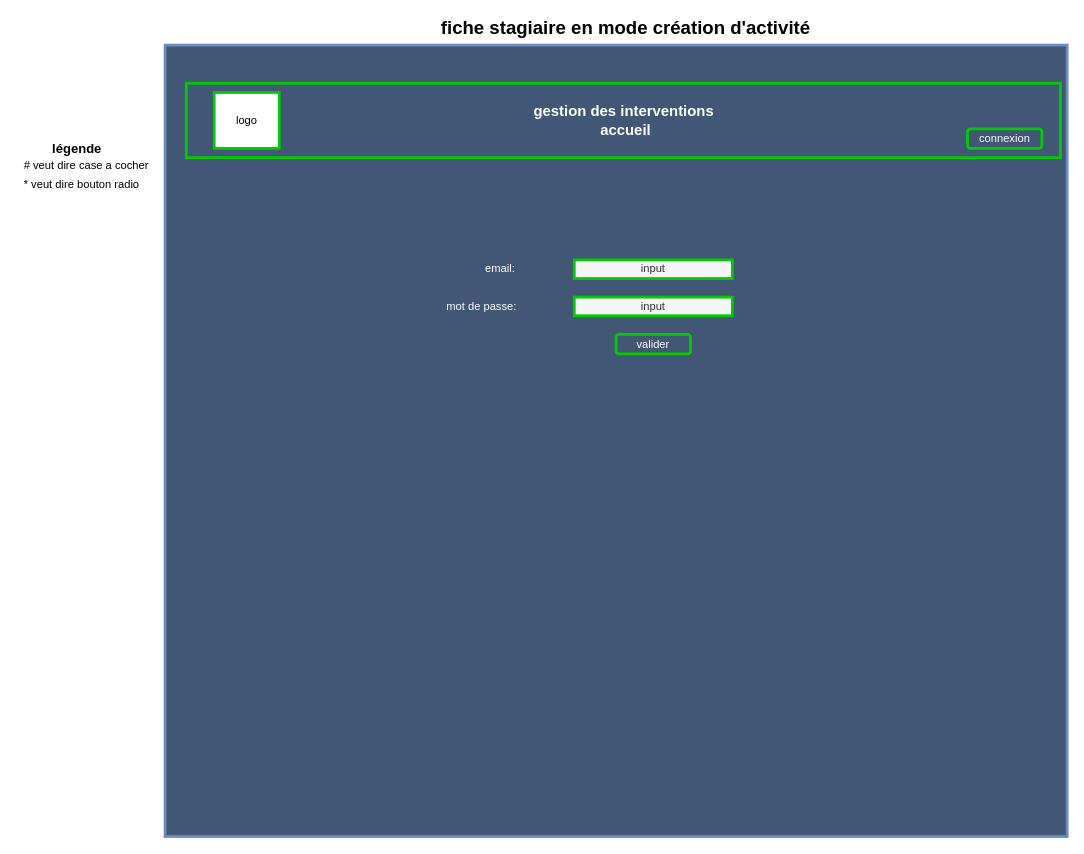
Above: DOCS/maquettes/connexion.drawio in tancraft/Stage (draw.io), before the change. Source tidied: cells renumbered, new cells numbered last; positions are measured from the earlier drawing's top-left corner, leaving out a move shared by most shapes. Both pictures are drawn from the tidied source at 93%, with x=0, y=0 at pixel (16, 18).
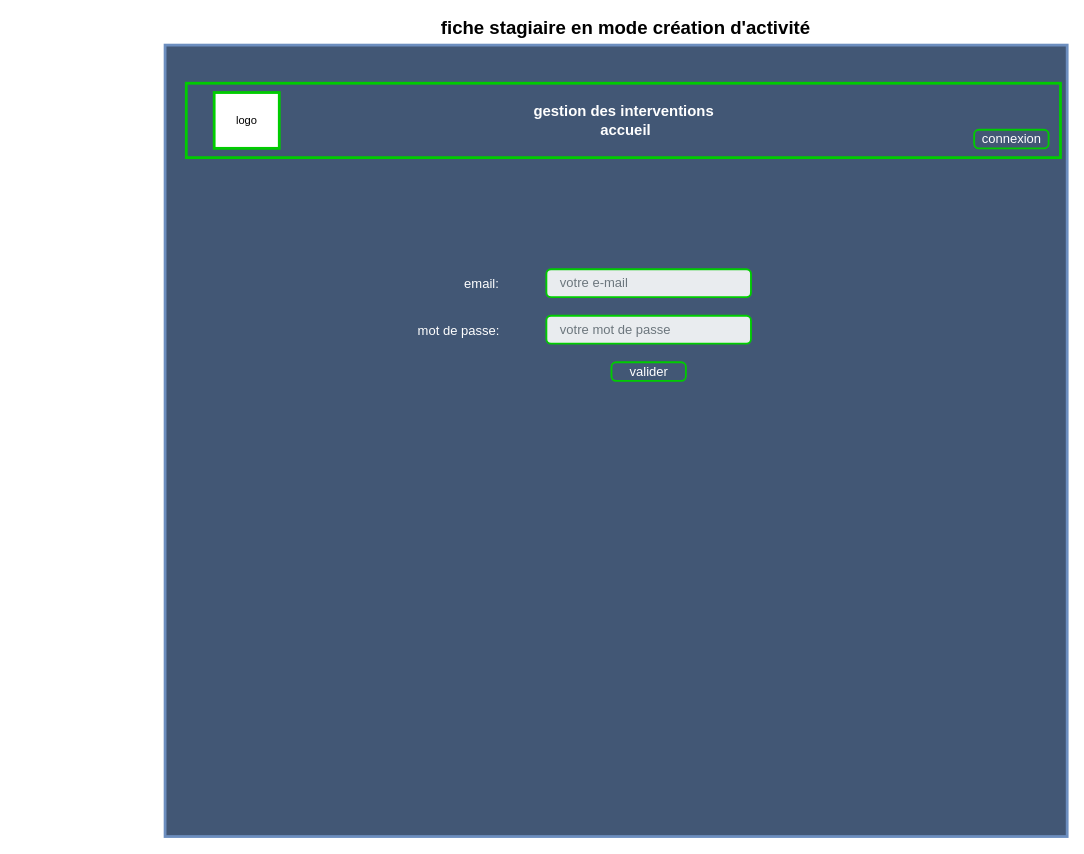
The same page after the edit.

The edit, as a diff of the source:
```diff
@@
 <mxGraphModel>
   <root>
     <mxCell id="0" />
     <mxCell id="1" parent="0" />
     <mxCell id="2" style="rounded=0;whiteSpace=wrap;html=1;strokeWidth=3;strokeColor=#6C8EBF;fillColor=#425775;" parent="1" vertex="1">
       <mxGeometry x="160" y="29" width="970" height="851" as="geometry" />
     </mxCell>
-    <mxCell id="3" value="&lt;font color=&quot;#ffffff&quot;&gt;email:&lt;/font&gt;" style="text;html=1;align=center;verticalAlign=middle;" parent="1" vertex="1">
-      <mxGeometry x="495" y="260" width="50" height="20" as="geometry" />
-    </mxCell>
-    <mxCell id="4" value="input" style="rounded=0;whiteSpace=wrap;html=1;strokeWidth=3;fillColor=#f5f5f5;fontColor=#333333;strokeColor=#00CC00;" parent="1" vertex="1">
-      <mxGeometry x="600" y="260" width="170" height="20" as="geometry" />
-    </mxCell>
     <mxCell id="5" style="rounded=0;whiteSpace=wrap;html=1;strokeColor=#00CC00;strokeWidth=3;fillColor=#425775;fontColor=#FFFFFF;" parent="1" vertex="1">
       <mxGeometry x="182.8" y="70" width="940" height="80" as="geometry" />
     </mxCell>
     <mxCell id="6" value="&lt;font color=&quot;#000000&quot;&gt;logo&lt;/font&gt;" style="rounded=0;whiteSpace=wrap;html=1;strokeColor=#00CC00;strokeWidth=3;fontColor=#FFFFFF;fillColor=#FFFFFF;" parent="1" vertex="1">
       <mxGeometry x="212.8" y="80" width="70" height="60" as="geometry" />
     </mxCell>
-    <mxCell id="7" value="connexion" style="rounded=1;whiteSpace=wrap;html=1;strokeWidth=3;fillColor=#425775;strokeColor=#00CC00;fontColor=#FFFFFF;" parent="1" vertex="1">
-      <mxGeometry x="1022.8" y="119" width="80" height="21" as="geometry" />
-    </mxCell>
     <mxCell id="8" value="&lt;font style=&quot;font-size: 16px&quot;&gt;&lt;b&gt;gestion des interventions&lt;/b&gt;&lt;/font&gt;" style="text;html=1;align=center;verticalAlign=middle;fontColor=#FFFFFF;" parent="1" vertex="1">
       <mxGeometry x="547.8" y="90" width="210" height="20" as="geometry" />
     </mxCell>
     <mxCell id="9" value="&lt;font style=&quot;font-size: 16px&quot;&gt;&lt;b&gt;accueil&lt;/b&gt;&lt;/font&gt;" style="text;html=1;align=center;verticalAlign=middle;fontColor=#FFFFFF;" parent="1" vertex="1">
       <mxGeometry x="620" y="110" width="70" height="20" as="geometry" />
     </mxCell>
     <mxCell id="10" value="&lt;font color=&quot;#000000&quot; size=&quot;1&quot;&gt;&lt;b style=&quot;font-size: 20px&quot;&gt;fiche stagiaire en mode création d'activité&lt;/b&gt;&lt;/font&gt;" style="text;html=1;align=center;verticalAlign=middle;fontColor=#FFFFFF;" parent="1" vertex="1">
       <mxGeometry x="450" width="410" height="20" as="geometry" />
     </mxCell>
-    <mxCell id="11" value="&lt;font color=&quot;#000000&quot;&gt;# veut dire case a cocher&lt;/font&gt;" style="text;html=1;align=center;verticalAlign=middle;fontColor=#FFFFFF;" parent="1" vertex="1">
-      <mxGeometry y="149" width="150" height="20" as="geometry" />
-    </mxCell>
-    <mxCell id="12" value="&lt;font color=&quot;#000000&quot; size=&quot;1&quot;&gt;&lt;b style=&quot;font-size: 14px&quot;&gt;légende&lt;/b&gt;&lt;/font&gt;" style="text;html=1;align=center;verticalAlign=middle;fontColor=#FFFFFF;" parent="1" vertex="1">
-      <mxGeometry x="30" y="130" width="70" height="20" as="geometry" />
-    </mxCell>
-    <mxCell id="13" value="&lt;font color=&quot;#000000&quot;&gt;* veut dire bouton radio&lt;/font&gt;" style="text;html=1;align=center;verticalAlign=middle;fontColor=#FFFFFF;" parent="1" vertex="1">
-      <mxGeometry y="169" width="140" height="20" as="geometry" />
-    </mxCell>
+    <mxCell id="3" value="email:" style="fillColor=none;strokeColor=none;align=left;fontSize=14;fontColor=#FFFFFF;" parent="1" vertex="1">
+      <mxGeometry x="480" y="270" width="100" height="30" as="geometry" />
+    </mxCell>
-    <mxCell id="14" value="&lt;font color=&quot;#ffffff&quot;&gt;mot de passe:&lt;/font&gt;" style="text;html=1;align=center;verticalAlign=middle;" parent="1" vertex="1">
-      <mxGeometry x="455" y="300" width="90" height="20" as="geometry" />
+    <mxCell id="14" value="mot de passe:" style="fillColor=none;strokeColor=none;align=left;fontSize=14;fontColor=#FFFFFF;" parent="1" vertex="1">
+      <mxGeometry x="430" y="320" width="100" height="30" as="geometry" />
     </mxCell>
-    <mxCell id="15" value="input" style="rounded=0;whiteSpace=wrap;html=1;strokeWidth=3;fillColor=#f5f5f5;fontColor=#333333;strokeColor=#00CC00;" parent="1" vertex="1">
-      <mxGeometry x="600" y="300" width="170" height="20" as="geometry" />
-    </mxCell>
+    <mxCell id="17" value="votre mot de passe" style="html=1;shadow=0;dashed=0;shape=mxgraph.bootstrap.rrect;rSize=5;fillColor=#E9ECEF;align=left;spacing=15;fontSize=14;fontColor=#6C767D;strokeColor=#00CC00;strokeWidth=2;" parent="1" vertex="1">
+      <mxGeometry x="570" y="320" width="220" height="30" as="geometry" />
+    </mxCell>
+    <mxCell id="18" value="votre e-mail" style="html=1;shadow=0;dashed=0;shape=mxgraph.bootstrap.rrect;rSize=5;fillColor=#E9ECEF;align=left;spacing=15;fontSize=14;fontColor=#6C767D;strokeColor=#00CC00;strokeWidth=2;" parent="1" vertex="1">
+      <mxGeometry x="570" y="270" width="220" height="30" as="geometry" />
+    </mxCell>
+    <mxCell id="7" value="connexion" style="html=1;shadow=0;dashed=0;shape=mxgraph.bootstrap.rrect;rSize=5;align=center;spacing=15;fontSize=14;fontColor=#ffffff;strokeWidth=2;strokeColor=#00CC00;fillColor=none;" parent="1" vertex="1">
+      <mxGeometry x="1030" y="120" width="80" height="20" as="geometry" />
+    </mxCell>
-    <mxCell id="16" value="valider" style="rounded=1;whiteSpace=wrap;html=1;strokeWidth=3;fillColor=#425775;strokeColor=#00CC00;fontColor=#FFFFFF;" parent="1" vertex="1">
-      <mxGeometry x="645" y="340" width="80" height="21" as="geometry" />
+    <mxCell id="16" value="valider" style="html=1;shadow=0;dashed=0;shape=mxgraph.bootstrap.rrect;rSize=5;align=center;spacing=15;fontSize=14;fontColor=#ffffff;strokeWidth=2;strokeColor=#00CC00;fillColor=none;" parent="1" vertex="1">
+      <mxGeometry x="640" y="370" width="80" height="20" as="geometry" />
     </mxCell>
   </root>
 </mxGraphModel>
```
